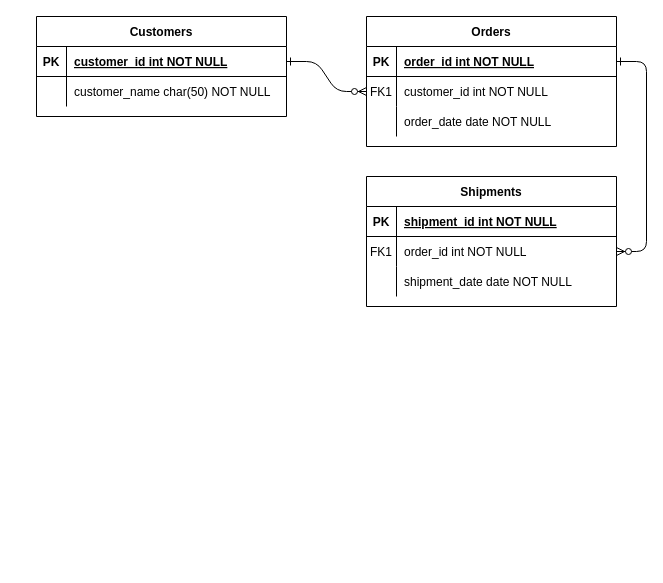
Earlier version of the draw.io diagram Untitled Diagram.drawio (Fairuz205027/Fairuz205027). Source tidied: cells renumbered, new cells numbered last; positions are measured from the earlier drawing's top-left corner, leaving out a move shared by most shapes. Both pictures are drawn from the tidied source at 100%, with x=0, y=0 at pixel (36, 16).
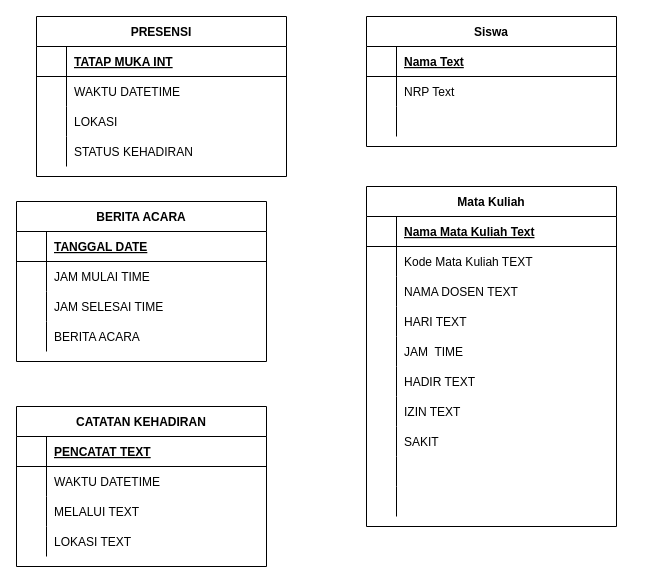
The same diagram, later.

The change refers to these unchanged cells:
```xml
<mxCell id="5" style="shape=partialRectangle;fillColor=none;points=[[0,0.5],[1,0.5]];portConstraint=eastwest;top=0;left=0;right=0;bottom=1;" parent="4" vertex="1">
  <mxGeometry y="30" width="250" height="30" as="geometry" />
</mxCell>
<mxCell id="8" style="shape=partialRectangle;fillColor=none;points=[[0,0.5],[1,0.5]];portConstraint=eastwest;top=0;left=0;right=0;bottom=0;" parent="4" vertex="1">
  <mxGeometry y="60" width="250" height="30" as="geometry" />
</mxCell>
<mxCell id="11" style="shape=partialRectangle;fillColor=none;top=0;left=0;right=0;bottom=0;" parent="4" vertex="1">
  <mxGeometry y="90" width="250" height="30" as="geometry" />
</mxCell>
<mxCell id="15" style="shape=partialRectangle;fillColor=none;top=0;left=0;right=0;bottom=1;" parent="14" vertex="1">
  <mxGeometry y="30" width="250" height="30" as="geometry" />
</mxCell>
<mxCell id="18" style="shape=partialRectangle;fillColor=none;points=[[0,0.5],[1,0.5]];portConstraint=eastwest;top=0;left=0;right=0;bottom=0;" parent="14" vertex="1">
  <mxGeometry y="60" width="250" height="30" as="geometry" />
</mxCell>
<mxCell id="21" style="shape=partialRectangle;fillColor=none;top=0;left=0;right=0;bottom=0;" parent="14" vertex="1">
  <mxGeometry y="90" width="250" height="30" as="geometry" />
</mxCell>
<mxCell id="25" style="shape=partialRectangle;fillColor=none;points=[[0,0.5],[1,0.5]];portConstraint=eastwest;top=0;left=0;right=0;bottom=1;" parent="24" vertex="1">
  <mxGeometry y="30" width="250" height="30" as="geometry" />
</mxCell>
<mxCell id="28" style="shape=partialRectangle;fillColor=none;top=0;left=0;right=0;bottom=0;" parent="24" vertex="1">
  <mxGeometry y="60" width="250" height="30" as="geometry" />
</mxCell>
```

The edit, as a diff of the source:
```diff
@@
-    <mxCell id="2" style="edgeStyle=entityRelationEdgeStyle;endArrow=ERzeroToMany;startArrow=ERone;endFill=1;startFill=0;" parent="1" edge="1" source="25" target="8">
-      <mxGeometry relative="1" as="geometry" />
-    </mxCell>
-    <mxCell id="3" style="edgeStyle=entityRelationEdgeStyle;endArrow=ERzeroToMany;startArrow=ERone;endFill=1;startFill=0;" parent="1" edge="1" source="5" target="18">
-      <mxGeometry relative="1" as="geometry" />
-    </mxCell>
-    <mxCell id="4" value="Orders" style="shape=table;startSize=30;childLayout=tableLayout;rowLines=0;fontStyle=1;align=center;" parent="1" vertex="1">
+    <mxCell id="4" value="Siswa" style="shape=table;startSize=30;childLayout=tableLayout;rowLines=0;fontStyle=1;align=center;" parent="1" vertex="1">
       <mxGeometry x="330" width="250" height="130" as="geometry" />
     </mxCell>
@@
-    <mxCell id="6" value="PK" style="shape=partialRectangle;overflow=hidden;fillColor=none;top=0;left=0;bottom=0;right=0;fontStyle=1;" parent="5" vertex="1">
+    <mxCell id="6" style="shape=partialRectangle;overflow=hidden;fillColor=none;top=0;left=0;bottom=0;right=0;fontStyle=1;" parent="5" vertex="1">
       <mxGeometry width="30" height="30" as="geometry" />
     </mxCell>
-    <mxCell id="7" value="order_id int NOT NULL " style="shape=partialRectangle;overflow=hidden;fillColor=none;top=0;left=0;bottom=0;right=0;align=left;spacingLeft=6;fontStyle=5;" parent="5" vertex="1">
+    <mxCell id="7" value="Nama Text" style="shape=partialRectangle;overflow=hidden;fillColor=none;top=0;left=0;bottom=0;right=0;align=left;spacingLeft=6;fontStyle=5;" parent="5" vertex="1">
       <mxGeometry x="30" width="220" height="30" as="geometry" />
     </mxCell>
@@
-    <mxCell id="9" value="FK1" style="shape=partialRectangle;overflow=hidden;fillColor=none;top=0;left=0;bottom=0;right=0;" parent="8" vertex="1">
+    <mxCell id="9" style="shape=partialRectangle;overflow=hidden;fillColor=none;top=0;left=0;bottom=0;right=0;" parent="8" vertex="1">
       <mxGeometry width="30" height="30" as="geometry" />
     </mxCell>
-    <mxCell id="10" value="customer_id int NOT NULL" style="shape=partialRectangle;overflow=hidden;fillColor=none;top=0;left=0;bottom=0;right=0;align=left;spacingLeft=6;" parent="8" vertex="1">
+    <mxCell id="10" value="NRP Text" style="shape=partialRectangle;overflow=hidden;fillColor=none;top=0;left=0;bottom=0;right=0;align=left;spacingLeft=6;" parent="8" vertex="1">
       <mxGeometry x="30" width="220" height="30" as="geometry" />
     </mxCell>
@@
-    <mxCell id="13" value="order_date date NOT NULL" style="shape=partialRectangle;overflow=hidden;fillColor=none;top=0;left=0;bottom=0;right=0;align=left;spacingLeft=6;" parent="11" vertex="1">
+    <mxCell id="13" style="shape=partialRectangle;overflow=hidden;fillColor=none;top=0;left=0;bottom=0;right=0;align=left;spacingLeft=6;" parent="11" vertex="1">
       <mxGeometry x="30" width="220" height="30" as="geometry" />
     </mxCell>
-    <mxCell id="14" value="Shipments" style="shape=table;startSize=30;childLayout=tableLayout;rowLines=0;fontStyle=1;align=center;" parent="1" vertex="1">
-      <mxGeometry x="330" y="160" width="250" height="130" as="geometry" />
+    <mxCell id="14" value="Mata Kuliah" style="shape=table;startSize=30;childLayout=tableLayout;rowLines=0;fontStyle=1;align=center;" parent="1" vertex="1">
+      <mxGeometry x="330" y="170" width="250" height="340" as="geometry" />
     </mxCell>
@@
-    <mxCell id="16" value="PK" style="shape=partialRectangle;overflow=hidden;fillColor=none;top=0;left=0;bottom=0;right=0;fontStyle=1;" parent="15" vertex="1">
+    <mxCell id="16" style="shape=partialRectangle;overflow=hidden;fillColor=none;top=0;left=0;bottom=0;right=0;fontStyle=1;" parent="15" vertex="1">
       <mxGeometry width="30" height="30" as="geometry" />
     </mxCell>
-    <mxCell id="17" value="shipment_id int NOT NULL " style="shape=partialRectangle;overflow=hidden;fillColor=none;top=0;left=0;bottom=0;right=0;align=left;spacingLeft=6;fontStyle=5;" parent="15" vertex="1">
+    <mxCell id="17" value="Nama Mata Kuliah Text" style="shape=partialRectangle;overflow=hidden;fillColor=none;top=0;left=0;bottom=0;right=0;align=left;spacingLeft=6;fontStyle=5;" parent="15" vertex="1">
       <mxGeometry x="30" width="220" height="30" as="geometry" />
     </mxCell>
@@
-    <mxCell id="19" value="FK1" style="shape=partialRectangle;overflow=hidden;fillColor=none;top=0;left=0;bottom=0;right=0;" parent="18" vertex="1">
+    <mxCell id="19" style="shape=partialRectangle;overflow=hidden;fillColor=none;top=0;left=0;bottom=0;right=0;" parent="18" vertex="1">
       <mxGeometry width="30" height="30" as="geometry" />
     </mxCell>
-    <mxCell id="20" value="order_id int NOT NULL" style="shape=partialRectangle;overflow=hidden;fillColor=none;top=0;left=0;bottom=0;right=0;align=left;spacingLeft=6;" parent="18" vertex="1">
+    <mxCell id="20" value="Kode Mata Kuliah TEXT" style="shape=partialRectangle;overflow=hidden;fillColor=none;top=0;left=0;bottom=0;right=0;align=left;spacingLeft=6;" parent="18" vertex="1">
       <mxGeometry x="30" width="220" height="30" as="geometry" />
     </mxCell>
@@
-    <mxCell id="23" value="shipment_date date NOT NULL" style="shape=partialRectangle;overflow=hidden;fillColor=none;top=0;left=0;bottom=0;right=0;align=left;spacingLeft=6;" parent="21" vertex="1">
+    <mxCell id="23" value="NAMA DOSEN TEXT" style="shape=partialRectangle;overflow=hidden;fillColor=none;top=0;left=0;bottom=0;right=0;align=left;spacingLeft=6;" parent="21" vertex="1">
       <mxGeometry x="30" width="220" height="30" as="geometry" />
     </mxCell>
+    <mxCell id="31" style="shape=partialRectangle;fillColor=none;top=0;left=0;right=0;bottom=0;" parent="14" vertex="1">
+      <mxGeometry y="120" width="250" height="30" as="geometry" />
+    </mxCell>
+    <mxCell id="32" style="shape=partialRectangle;overflow=hidden;fillColor=none;top=0;left=0;bottom=0;right=0;" parent="31" vertex="1">
+      <mxGeometry width="30" height="30" as="geometry" />
+    </mxCell>
+    <mxCell id="33" value="HARI TEXT" style="shape=partialRectangle;overflow=hidden;fillColor=none;top=0;left=0;bottom=0;right=0;align=left;spacingLeft=6;" parent="31" vertex="1">
+      <mxGeometry x="30" width="220" height="30" as="geometry" />
+    </mxCell>
+    <mxCell id="34" style="shape=partialRectangle;fillColor=none;top=0;left=0;right=0;bottom=0;" parent="14" vertex="1">
+      <mxGeometry y="150" width="250" height="30" as="geometry" />
+    </mxCell>
+    <mxCell id="35" style="shape=partialRectangle;overflow=hidden;fillColor=none;top=0;left=0;bottom=0;right=0;" parent="34" vertex="1">
+      <mxGeometry width="30" height="30" as="geometry" />
+    </mxCell>
+    <mxCell id="36" value="JAM  TIME" style="shape=partialRectangle;overflow=hidden;fillColor=none;top=0;left=0;bottom=0;right=0;align=left;spacingLeft=6;" parent="34" vertex="1">
+      <mxGeometry x="30" width="220" height="30" as="geometry" />
+    </mxCell>
+    <mxCell id="37" style="shape=partialRectangle;fillColor=none;top=0;left=0;right=0;bottom=0;" parent="14" vertex="1">
+      <mxGeometry y="180" width="250" height="30" as="geometry" />
+    </mxCell>
+    <mxCell id="38" style="shape=partialRectangle;overflow=hidden;fillColor=none;top=0;left=0;bottom=0;right=0;" parent="37" vertex="1">
+      <mxGeometry width="30" height="30" as="geometry" />
+    </mxCell>
+    <mxCell id="39" value="HADIR TEXT" style="shape=partialRectangle;overflow=hidden;fillColor=none;top=0;left=0;bottom=0;right=0;align=left;spacingLeft=6;" parent="37" vertex="1">
+      <mxGeometry x="30" width="220" height="30" as="geometry" />
+    </mxCell>
+    <mxCell id="40" style="shape=partialRectangle;fillColor=none;top=0;left=0;right=0;bottom=0;" parent="14" vertex="1">
+      <mxGeometry y="210" width="250" height="30" as="geometry" />
+    </mxCell>
+    <mxCell id="41" style="shape=partialRectangle;overflow=hidden;fillColor=none;top=0;left=0;bottom=0;right=0;" parent="40" vertex="1">
+      <mxGeometry width="30" height="30" as="geometry" />
+    </mxCell>
+    <mxCell id="42" value="IZIN TEXT" style="shape=partialRectangle;overflow=hidden;fillColor=none;top=0;left=0;bottom=0;right=0;align=left;spacingLeft=6;" parent="40" vertex="1">
+      <mxGeometry x="30" width="220" height="30" as="geometry" />
+    </mxCell>
+    <mxCell id="43" style="shape=partialRectangle;fillColor=none;top=0;left=0;right=0;bottom=0;" parent="14" vertex="1">
+      <mxGeometry y="240" width="250" height="30" as="geometry" />
+    </mxCell>
+    <mxCell id="44" style="shape=partialRectangle;overflow=hidden;fillColor=none;top=0;left=0;bottom=0;right=0;" parent="43" vertex="1">
+      <mxGeometry width="30" height="30" as="geometry" />
+    </mxCell>
+    <mxCell id="45" value="SAKIT" style="shape=partialRectangle;overflow=hidden;fillColor=none;top=0;left=0;bottom=0;right=0;align=left;spacingLeft=6;" parent="43" vertex="1">
+      <mxGeometry x="30" width="220" height="30" as="geometry" />
+    </mxCell>
+    <mxCell id="46" style="shape=partialRectangle;fillColor=none;top=0;left=0;right=0;bottom=0;" parent="14" vertex="1">
+      <mxGeometry y="270" width="250" height="30" as="geometry" />
+    </mxCell>
+    <mxCell id="47" style="shape=partialRectangle;overflow=hidden;fillColor=none;top=0;left=0;bottom=0;right=0;" parent="46" vertex="1">
+      <mxGeometry width="30" height="30" as="geometry" />
+    </mxCell>
+    <mxCell id="48" style="shape=partialRectangle;overflow=hidden;fillColor=none;top=0;left=0;bottom=0;right=0;align=left;spacingLeft=6;" parent="46" vertex="1">
+      <mxGeometry x="30" width="220" height="30" as="geometry" />
+    </mxCell>
+    <mxCell id="49" style="shape=partialRectangle;fillColor=none;top=0;left=0;right=0;bottom=0;" parent="14" vertex="1">
+      <mxGeometry y="300" width="250" height="30" as="geometry" />
+    </mxCell>
+    <mxCell id="50" style="shape=partialRectangle;overflow=hidden;fillColor=none;top=0;left=0;bottom=0;right=0;" parent="49" vertex="1">
+      <mxGeometry width="30" height="30" as="geometry" />
+    </mxCell>
+    <mxCell id="51" style="shape=partialRectangle;overflow=hidden;fillColor=none;top=0;left=0;bottom=0;right=0;align=left;spacingLeft=6;" parent="49" vertex="1">
+      <mxGeometry x="30" width="220" height="30" as="geometry" />
+    </mxCell>
-    <mxCell id="24" value="Customers" style="shape=table;startSize=30;childLayout=tableLayout;rowLines=0;fontStyle=1;align=center;" parent="1" vertex="1">
-      <mxGeometry width="250" height="100" as="geometry" />
+    <mxCell id="24" value="PRESENSI" style="shape=table;startSize=30;childLayout=tableLayout;rowLines=0;fontStyle=1;align=center;" parent="1" vertex="1">
+      <mxGeometry width="250" height="160" as="geometry" />
     </mxCell>
@@
-    <mxCell id="26" value="PK" style="shape=partialRectangle;overflow=hidden;fillColor=none;top=0;left=0;bottom=0;right=0;fontStyle=1;" parent="25" vertex="1">
+    <mxCell id="26" style="shape=partialRectangle;overflow=hidden;fillColor=none;top=0;left=0;bottom=0;right=0;fontStyle=1;" parent="25" vertex="1">
       <mxGeometry width="30" height="30" as="geometry" />
     </mxCell>
-    <mxCell id="27" value="customer_id int NOT NULL " style="shape=partialRectangle;overflow=hidden;fillColor=none;top=0;left=0;bottom=0;right=0;align=left;spacingLeft=6;fontStyle=5;" parent="25" vertex="1">
+    <mxCell id="27" value="TATAP MUKA INT" style="shape=partialRectangle;overflow=hidden;fillColor=none;top=0;left=0;bottom=0;right=0;align=left;spacingLeft=6;fontStyle=5;" parent="25" vertex="1">
       <mxGeometry x="30" width="220" height="30" as="geometry" />
     </mxCell>
@@
-    <mxCell id="30" value="customer_name char(50) NOT NULL" style="shape=partialRectangle;overflow=hidden;fillColor=none;top=0;left=0;bottom=0;right=0;align=left;spacingLeft=6;" parent="28" vertex="1">
+    <mxCell id="30" value="WAKTU DATETIME" style="shape=partialRectangle;overflow=hidden;fillColor=none;top=0;left=0;bottom=0;right=0;align=left;spacingLeft=6;" parent="28" vertex="1">
       <mxGeometry x="30" width="220" height="30" as="geometry" />
     </mxCell>
+    <mxCell id="52" style="shape=partialRectangle;fillColor=none;top=0;left=0;right=0;bottom=0;" parent="24" vertex="1">
+      <mxGeometry y="90" width="250" height="30" as="geometry" />
+    </mxCell>
+    <mxCell id="53" style="shape=partialRectangle;overflow=hidden;fillColor=none;top=0;left=0;bottom=0;right=0;" parent="52" vertex="1">
+      <mxGeometry width="30" height="30" as="geometry" />
+    </mxCell>
+    <mxCell id="54" value="LOKASI" style="shape=partialRectangle;overflow=hidden;fillColor=none;top=0;left=0;bottom=0;right=0;align=left;spacingLeft=6;" parent="52" vertex="1">
+      <mxGeometry x="30" width="220" height="30" as="geometry" />
+    </mxCell>
+    <mxCell id="55" style="shape=partialRectangle;fillColor=none;top=0;left=0;right=0;bottom=0;" parent="24" vertex="1">
+      <mxGeometry y="120" width="250" height="30" as="geometry" />
+    </mxCell>
+    <mxCell id="56" style="shape=partialRectangle;overflow=hidden;fillColor=none;top=0;left=0;bottom=0;right=0;" parent="55" vertex="1">
+      <mxGeometry width="30" height="30" as="geometry" />
+    </mxCell>
+    <mxCell id="57" value="STATUS KEHADIRAN" style="shape=partialRectangle;overflow=hidden;fillColor=none;top=0;left=0;bottom=0;right=0;align=left;spacingLeft=6;" parent="55" vertex="1">
+      <mxGeometry x="30" width="220" height="30" as="geometry" />
+    </mxCell>
+    <mxCell id="58" value="BERITA ACARA" style="shape=table;startSize=30;childLayout=tableLayout;rowLines=0;fontStyle=1;align=center;" parent="1" vertex="1">
+      <mxGeometry x="-20" y="185" width="250" height="160" as="geometry" />
+    </mxCell>
+    <mxCell id="59" style="shape=partialRectangle;fillColor=none;top=0;left=0;right=0;bottom=1;" parent="58" vertex="1">
+      <mxGeometry y="30" width="250" height="30" as="geometry" />
+    </mxCell>
+    <mxCell id="60" style="shape=partialRectangle;overflow=hidden;fillColor=none;top=0;left=0;bottom=0;right=0;fontStyle=1;" parent="59" vertex="1">
+      <mxGeometry width="30" height="30" as="geometry" />
+    </mxCell>
+    <mxCell id="61" value="TANGGAL DATE" style="shape=partialRectangle;overflow=hidden;fillColor=none;top=0;left=0;bottom=0;right=0;align=left;spacingLeft=6;fontStyle=5;" parent="59" vertex="1">
+      <mxGeometry x="30" width="220" height="30" as="geometry" />
+    </mxCell>
+    <mxCell id="62" style="shape=partialRectangle;fillColor=none;top=0;left=0;right=0;bottom=0;" parent="58" vertex="1">
+      <mxGeometry y="60" width="250" height="30" as="geometry" />
+    </mxCell>
+    <mxCell id="63" style="shape=partialRectangle;overflow=hidden;fillColor=none;top=0;left=0;bottom=0;right=0;" parent="62" vertex="1">
+      <mxGeometry width="30" height="30" as="geometry" />
+    </mxCell>
+    <mxCell id="64" value="JAM MULAI TIME" style="shape=partialRectangle;overflow=hidden;fillColor=none;top=0;left=0;bottom=0;right=0;align=left;spacingLeft=6;" parent="62" vertex="1">
+      <mxGeometry x="30" width="220" height="30" as="geometry" />
+    </mxCell>
+    <mxCell id="65" style="shape=partialRectangle;fillColor=none;top=0;left=0;right=0;bottom=0;" parent="58" vertex="1">
+      <mxGeometry y="90" width="250" height="30" as="geometry" />
+    </mxCell>
+    <mxCell id="66" style="shape=partialRectangle;overflow=hidden;fillColor=none;top=0;left=0;bottom=0;right=0;" parent="65" vertex="1">
+      <mxGeometry width="30" height="30" as="geometry" />
+    </mxCell>
+    <mxCell id="67" value="JAM SELESAI TIME" style="shape=partialRectangle;overflow=hidden;fillColor=none;top=0;left=0;bottom=0;right=0;align=left;spacingLeft=6;" parent="65" vertex="1">
+      <mxGeometry x="30" width="220" height="30" as="geometry" />
+    </mxCell>
+    <mxCell id="68" style="shape=partialRectangle;fillColor=none;top=0;left=0;right=0;bottom=0;" parent="58" vertex="1">
+      <mxGeometry y="120" width="250" height="30" as="geometry" />
+    </mxCell>
+    <mxCell id="69" style="shape=partialRectangle;overflow=hidden;fillColor=none;top=0;left=0;bottom=0;right=0;" parent="68" vertex="1">
+      <mxGeometry width="30" height="30" as="geometry" />
+    </mxCell>
+    <mxCell id="70" value="BERITA ACARA" style="shape=partialRectangle;overflow=hidden;fillColor=none;top=0;left=0;bottom=0;right=0;align=left;spacingLeft=6;" parent="68" vertex="1">
+      <mxGeometry x="30" width="220" height="30" as="geometry" />
+    </mxCell>
+    <mxCell id="71" value="CATATAN KEHADIRAN" style="shape=table;startSize=30;childLayout=tableLayout;rowLines=0;fontStyle=1;align=center;" parent="1" vertex="1">
+      <mxGeometry x="-20" y="390" width="250" height="160" as="geometry" />
+    </mxCell>
+    <mxCell id="72" style="shape=partialRectangle;fillColor=none;top=0;left=0;right=0;bottom=1;" parent="71" vertex="1">
+      <mxGeometry y="30" width="250" height="30" as="geometry" />
+    </mxCell>
+    <mxCell id="73" style="shape=partialRectangle;overflow=hidden;fillColor=none;top=0;left=0;bottom=0;right=0;fontStyle=1;" parent="72" vertex="1">
+      <mxGeometry width="30" height="30" as="geometry" />
+    </mxCell>
+    <mxCell id="74" value="PENCATAT TEXT" style="shape=partialRectangle;overflow=hidden;fillColor=none;top=0;left=0;bottom=0;right=0;align=left;spacingLeft=6;fontStyle=5;" parent="72" vertex="1">
+      <mxGeometry x="30" width="220" height="30" as="geometry" />
+    </mxCell>
+    <mxCell id="75" style="shape=partialRectangle;fillColor=none;top=0;left=0;right=0;bottom=0;" parent="71" vertex="1">
+      <mxGeometry y="60" width="250" height="30" as="geometry" />
+    </mxCell>
+    <mxCell id="76" style="shape=partialRectangle;overflow=hidden;fillColor=none;top=0;left=0;bottom=0;right=0;" parent="75" vertex="1">
+      <mxGeometry width="30" height="30" as="geometry" />
+    </mxCell>
+    <mxCell id="77" value="WAKTU DATETIME" style="shape=partialRectangle;overflow=hidden;fillColor=none;top=0;left=0;bottom=0;right=0;align=left;spacingLeft=6;" parent="75" vertex="1">
+      <mxGeometry x="30" width="220" height="30" as="geometry" />
+    </mxCell>
+    <mxCell id="78" style="shape=partialRectangle;fillColor=none;top=0;left=0;right=0;bottom=0;" parent="71" vertex="1">
+      <mxGeometry y="90" width="250" height="30" as="geometry" />
+    </mxCell>
+    <mxCell id="79" style="shape=partialRectangle;overflow=hidden;fillColor=none;top=0;left=0;bottom=0;right=0;" parent="78" vertex="1">
+      <mxGeometry width="30" height="30" as="geometry" />
+    </mxCell>
+    <mxCell id="80" value="MELALUI TEXT" style="shape=partialRectangle;overflow=hidden;fillColor=none;top=0;left=0;bottom=0;right=0;align=left;spacingLeft=6;" parent="78" vertex="1">
+      <mxGeometry x="30" width="220" height="30" as="geometry" />
+    </mxCell>
+    <mxCell id="81" style="shape=partialRectangle;fillColor=none;top=0;left=0;right=0;bottom=0;" parent="71" vertex="1">
+      <mxGeometry y="120" width="250" height="30" as="geometry" />
+    </mxCell>
+    <mxCell id="82" style="shape=partialRectangle;overflow=hidden;fillColor=none;top=0;left=0;bottom=0;right=0;" parent="81" vertex="1">
+      <mxGeometry width="30" height="30" as="geometry" />
+    </mxCell>
+    <mxCell id="83" value="LOKASI TEXT" style="shape=partialRectangle;overflow=hidden;fillColor=none;top=0;left=0;bottom=0;right=0;align=left;spacingLeft=6;" parent="81" vertex="1">
+      <mxGeometry x="30" width="220" height="30" as="geometry" />
+    </mxCell>
```
